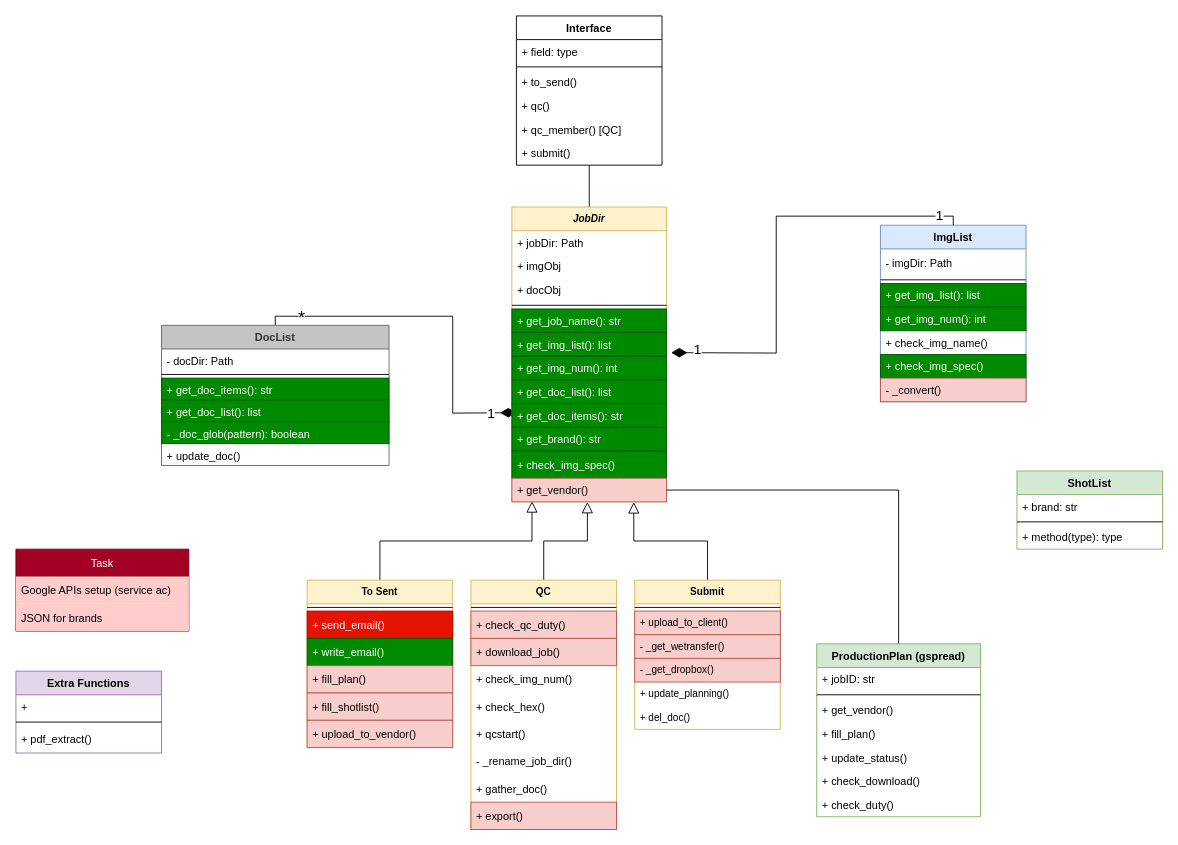
pugtooone/pyhs keeps this draw.io diagram as page "Class Diagram" (1 of 2) of IHS Class Diagram.drawio. Above is the earlier version. Source tidied: cells renumbered, new cells numbered last; positions are measured from the earlier drawing's top-left corner, leaving out a move shared by most shapes. Both pictures are drawn from the tidied source at 91%, with x=0, y=0 at pixel (15, 15).
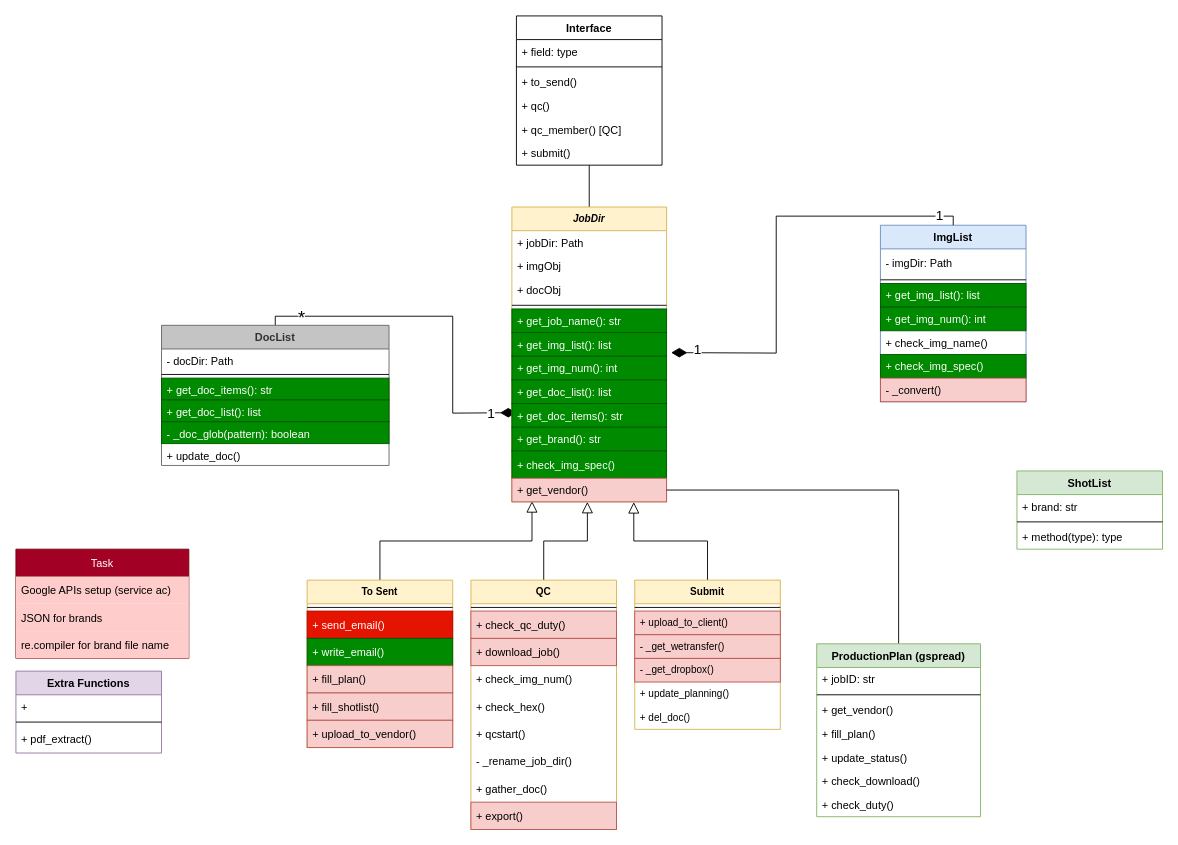
The same diagram, later.

What changed in the source:
```diff
@@
     <mxCell id="88" value="Task" style="swimlane;fontStyle=0;horizontal=1;startSize=30;fillColor=#a20025;fontColor=#ffffff;strokeColor=#6F0000;" parent="1" vertex="1">
-      <mxGeometry y="586" width="190" height="90" as="geometry" />
+      <mxGeometry y="586" width="190" height="120" as="geometry" />
     </mxCell>
@@
+    <mxCell id="91" value="re.compiler for brand file name" style="text;strokeColor=none;fillColor=#FFCCCC;align=left;verticalAlign=middle;spacingLeft=4;spacingRight=4;overflow=hidden;" parent="88" vertex="1">
+      <mxGeometry y="90" width="190" height="30" as="geometry" />
+    </mxCell>
```
